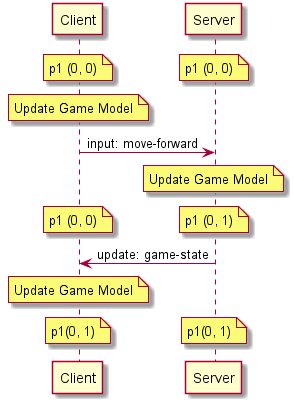
ProfPorkins/GameTech keeps this PlantUML diagram as doc/multiplayer/images/Basic Network - Sequence.png. Above is the earlier version.
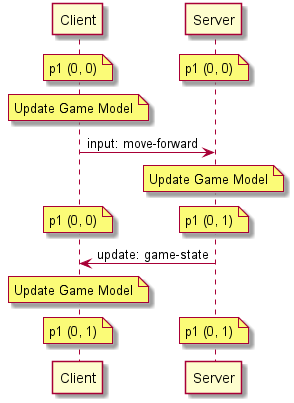
Above is the later version.

Commit message:
(multiplayer) Added the updated sequence diagram image

What changed in the source:
```diff
@@ -15,7 +15,7 @@
 Server -> Client: update: game-state
 
 note over Client: Update Game Model
-note over Client: p1(0, 1)
-/ note over Server: p1(0, 1)
+note over Client: p1 (0, 1)
+/ note over Server: p1 (0, 1)
 
 @enduml
```
